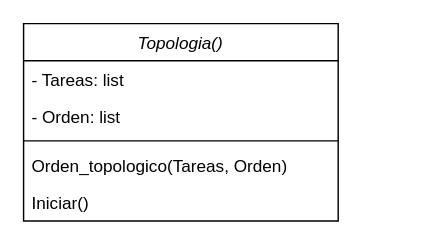
PdEXavierMY/Ejercicios_Ordenar keeps this draw.io diagram as Class Topología.drawio. Above is the earlier version. Source tidied: cells renumbered, new cells numbered last; positions are measured from the earlier drawing's top-left corner, leaving out a move shared by most shapes. Both pictures are drawn from the tidied source at 143%, with x=0, y=0 at pixel (23, 23).
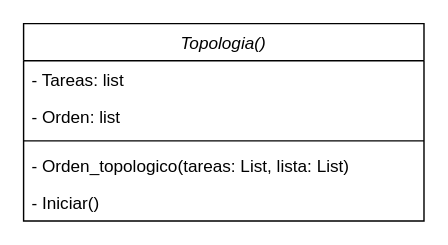
The same page after the edit.

The edit, as a diff of the source:
```diff
@@
 <mxGraphModel>
   <root>
     <mxCell id="0" />
     <mxCell id="1" parent="0" />
     <mxCell id="2" value="Topologia()" style="swimlane;fontStyle=2;align=center;verticalAlign=top;horizontal=1;startSize=26;rounded=0;shadow=0;strokeWidth=1;" parent="1" vertex="1">
-      <mxGeometry width="220" height="138" as="geometry" />
+      <mxGeometry width="280" height="138" as="geometry" />
     </mxCell>
     <mxCell id="3" value="- Tareas: list" style="text;align=left;verticalAlign=top;spacingLeft=4;spacingRight=4;overflow=hidden;" parent="2" vertex="1">
-      <mxGeometry y="26" width="220" height="26" as="geometry" />
+      <mxGeometry y="26" width="280" height="26" as="geometry" />
     </mxCell>
     <mxCell id="4" value="- Orden: list" style="text;align=left;verticalAlign=top;spacingLeft=4;spacingRight=4;overflow=hidden;rounded=0;shadow=0;html=0;" parent="2" vertex="1">
-      <mxGeometry y="52" width="220" height="26" as="geometry" />
+      <mxGeometry y="52" width="280" height="26" as="geometry" />
     </mxCell>
     <mxCell id="5" style="line;html=1;strokeWidth=1;align=left;verticalAlign=middle;spacingTop=-1;spacingLeft=3;spacingRight=3;labelPosition=right;" parent="2" vertex="1">
-      <mxGeometry y="78" width="220" height="8" as="geometry" />
+      <mxGeometry y="78" width="280" height="8" as="geometry" />
     </mxCell>
-    <mxCell id="6" value="Orden_topologico(Tareas, Orden)" style="text;align=left;verticalAlign=top;spacingLeft=4;spacingRight=4;overflow=hidden;" parent="2" vertex="1">
-      <mxGeometry y="86" width="220" height="26" as="geometry" />
+    <mxCell id="6" value="- Orden_topologico(tareas: List, lista: List)" style="text;align=left;verticalAlign=top;spacingLeft=4;spacingRight=4;overflow=hidden;" parent="2" vertex="1">
+      <mxGeometry y="86" width="280" height="26" as="geometry" />
     </mxCell>
-    <mxCell id="7" value="Iniciar()" style="text;align=left;verticalAlign=top;spacingLeft=4;spacingRight=4;overflow=hidden;" parent="2" vertex="1">
-      <mxGeometry y="112" width="220" height="26" as="geometry" />
+    <mxCell id="7" value="- Iniciar()" style="text;align=left;verticalAlign=top;spacingLeft=4;spacingRight=4;overflow=hidden;" parent="2" vertex="1">
+      <mxGeometry y="112" width="280" height="26" as="geometry" />
     </mxCell>
   </root>
 </mxGraphModel>
```
